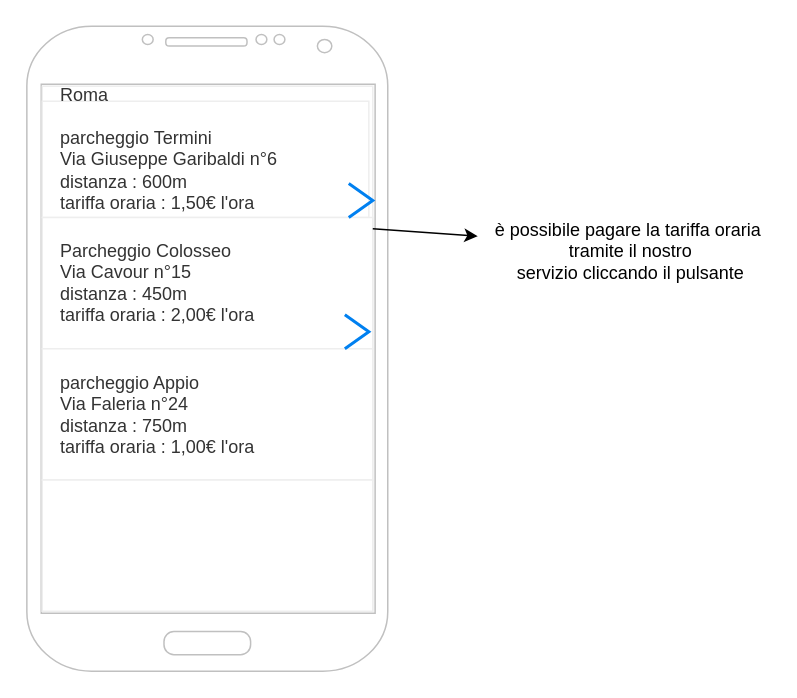
Earlier version of the draw.io diagram Wireframe.drawio (Marcociocci/2020-21-webdesign-verifica). Source tidied: cells renumbered, new cells numbered last; positions are measured from the earlier drawing's top-left corner, leaving out a move shared by most shapes. Both pictures are drawn from the tidied source at 150%, with x=0, y=0 at pixel (26, 26).
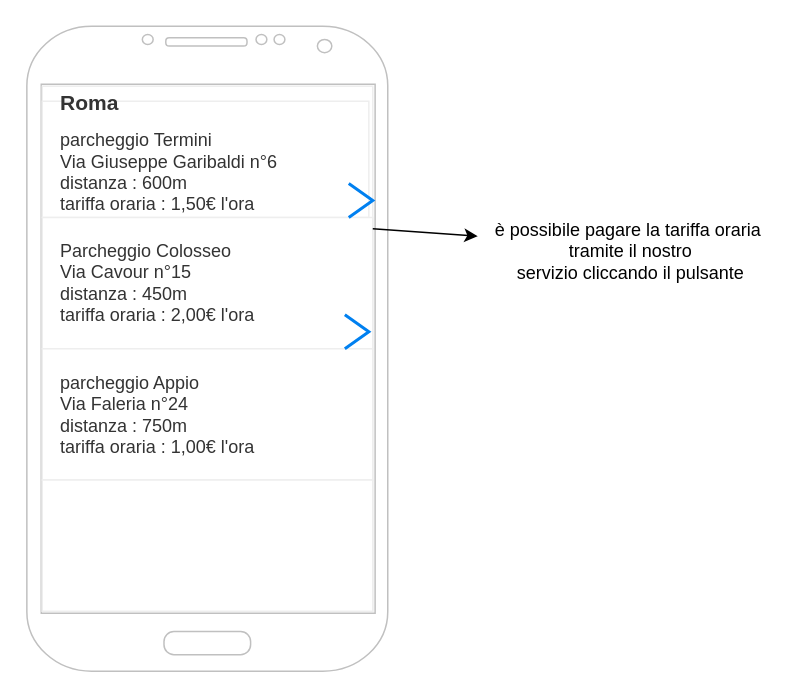
Above is the later version.

The edit, as a diff of the source:
```diff
@@
 <mxGraphModel>
   <root>
     <mxCell id="0" />
     <mxCell id="1" parent="0" />
     <mxCell id="2" style="verticalLabelPosition=bottom;verticalAlign=top;html=1;shadow=0;dashed=0;strokeWidth=1;shape=mxgraph.android.phone2;strokeColor=#c0c0c0;" parent="1" vertex="1">
       <mxGeometry x="0.4" width="240.6" height="430" as="geometry" />
     </mxCell>
     <mxCell id="3" style="strokeWidth=1;html=1;shadow=0;dashed=0;shape=mxgraph.android.rrect;rSize=0;strokeColor=#eeeeee;fillColor=#ffffff;gradientColor=none;" parent="1" vertex="1">
       <mxGeometry x="10.7" y="40" width="220.3" height="350" as="geometry" />
     </mxCell>
-    <mxCell id="4" value="&lt;font style=&quot;font-size: 12px&quot;&gt;Roma&lt;br&gt;&lt;br&gt;parcheggio Termini&lt;br&gt;Via Giuseppe Garibaldi n°6&lt;br&gt;distanza : 600m&lt;br&gt;tariffa oraria : 1,50€ l'ora&amp;nbsp;&lt;br&gt;&lt;br&gt;&lt;/font&gt;" style="strokeColor=inherit;fillColor=inherit;gradientColor=inherit;strokeWidth=1;html=1;shadow=0;dashed=0;shape=mxgraph.android.rrect;rSize=0;align=left;spacingLeft=10;fontSize=8;fontColor=#333333;" parent="3" vertex="1">
+    <mxCell id="4" value="&lt;font&gt;&lt;font style=&quot;font-size: 14px&quot;&gt;&lt;b&gt;Roma&lt;/b&gt;&lt;/font&gt;&lt;br&gt;&lt;br&gt;&lt;span style=&quot;font-size: 12px&quot;&gt;parcheggio Termini&lt;/span&gt;&lt;br&gt;&lt;span style=&quot;font-size: 12px&quot;&gt;Via Giuseppe Garibaldi n°6&lt;/span&gt;&lt;br&gt;&lt;span style=&quot;font-size: 12px&quot;&gt;distanza : 600m&lt;/span&gt;&lt;br&gt;&lt;span style=&quot;font-size: 12px&quot;&gt;tariffa oraria : 1,50€ l'ora&amp;nbsp;&lt;/span&gt;&lt;br&gt;&lt;br&gt;&lt;/font&gt;" style="strokeColor=inherit;fillColor=inherit;gradientColor=inherit;strokeWidth=1;html=1;shadow=0;dashed=0;shape=mxgraph.android.rrect;rSize=0;align=left;spacingLeft=10;fontSize=8;fontColor=#333333;" parent="3" vertex="1">
       <mxGeometry y="10" width="217.7" height="77.5" as="geometry" />
     </mxCell>
     <mxCell id="5" value="&lt;font style=&quot;font-size: 12px&quot;&gt;Parcheggio Colosseo&lt;br&gt;Via Cavour n°15&lt;br&gt;distanza : 450m&lt;br&gt;tariffa oraria : 2,00€ l'ora&lt;br&gt;&lt;/font&gt;" style="strokeColor=inherit;fillColor=inherit;gradientColor=inherit;strokeWidth=1;html=1;shadow=0;dashed=0;shape=mxgraph.android.rrect;rSize=0;align=left;spacingLeft=10;fontSize=8;fontColor=#333333;" parent="3" vertex="1">
       <mxGeometry y="87.5" width="220.3" height="87.5" as="geometry" />
     </mxCell>
     <mxCell id="6" value="&lt;font&gt;&lt;font style=&quot;font-size: 12px&quot;&gt;parcheggio Appio&lt;br&gt;Via Faleria n°24&lt;br&gt;distanza : 750m&lt;br&gt;&lt;/font&gt;&lt;font style=&quot;font-size: 12px&quot;&gt;tariffa oraria : 1,00€ l'ora&lt;/font&gt;&lt;br&gt;&lt;/font&gt;" style="strokeColor=inherit;fillColor=inherit;gradientColor=inherit;strokeWidth=1;html=1;shadow=0;dashed=0;shape=mxgraph.android.rrect;rSize=0;align=left;spacingLeft=10;fontSize=8;fontColor=#333333;" parent="3" vertex="1">
       <mxGeometry y="175" width="220.3" height="87.5" as="geometry" />
     </mxCell>
     <mxCell id="7" value="&lt;font style=&quot;font-size: 14px&quot;&gt;&lt;br&gt;&lt;/font&gt;" style="strokeColor=inherit;fillColor=inherit;gradientColor=inherit;strokeWidth=1;html=1;shadow=0;dashed=0;shape=mxgraph.android.rrect;rSize=0;align=left;spacingLeft=10;fontSize=8;fontColor=#333333;" parent="3" vertex="1">
       <mxGeometry y="262.5" width="220.3" height="87.5" as="geometry" />
     </mxCell>
     <mxCell id="8" style="html=1;verticalLabelPosition=bottom;labelBackgroundColor=#ffffff;verticalAlign=top;shadow=0;dashed=0;strokeWidth=2;shape=mxgraph.ios7.misc.right;strokeColor=#0080f0;" parent="3" vertex="1">
       <mxGeometry x="204.3" y="64.9" width="16" height="22.6" as="geometry" />
     </mxCell>
     <mxCell id="9" style="html=1;verticalLabelPosition=bottom;labelBackgroundColor=#ffffff;verticalAlign=top;shadow=0;dashed=0;strokeWidth=2;shape=mxgraph.ios7.misc.right;strokeColor=#0080f0;" parent="3" vertex="1">
       <mxGeometry x="201.7" y="152.4" width="16" height="22.6" as="geometry" />
     </mxCell>
     <mxCell id="10" value="è possibile pagare la tariffa oraria&lt;br&gt;&amp;nbsp;tramite il nostro&lt;br&gt;&amp;nbsp;servizio cliccando il pulsante" style="text;html=1;align=center;verticalAlign=middle;" parent="1" vertex="1">
       <mxGeometry x="306" y="125" width="190" height="50" as="geometry" />
     </mxCell>
     <mxCell id="11" style="endArrow=classic;html=1;" parent="1" edge="1">
       <mxGeometry relative="1" as="geometry">
         <mxPoint x="231" y="135" as="sourcePoint" />
         <mxPoint x="301" y="140" as="targetPoint" />
       </mxGeometry>
     </mxCell>
   </root>
 </mxGraphModel>
```
